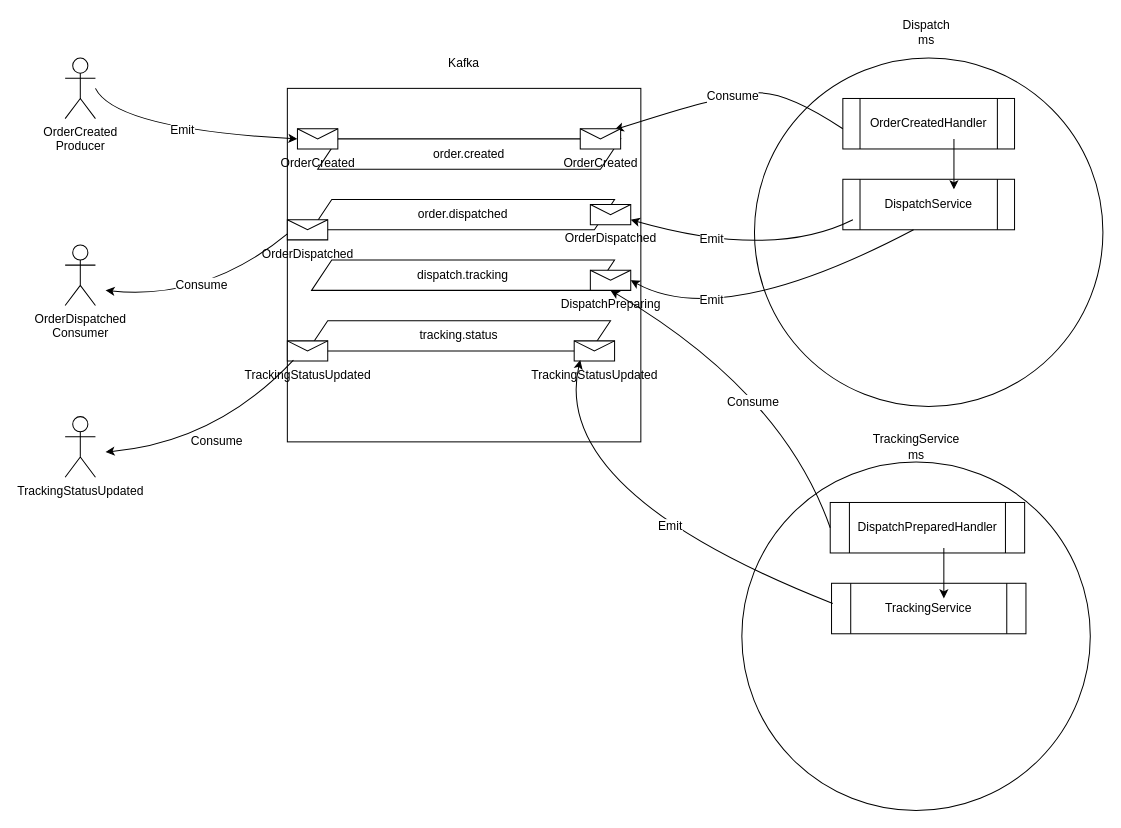
This is Kafka_order.drawio from JensErikPedersen/drawio, a draw.io file, before an edit. Source tidied: cells renumbered, new cells numbered last; positions are measured from the earlier drawing's top-left corner, leaving out a move shared by most shapes. Both pictures are drawn from the tidied source at 101%, with x=0, y=0 at pixel (65, 17).
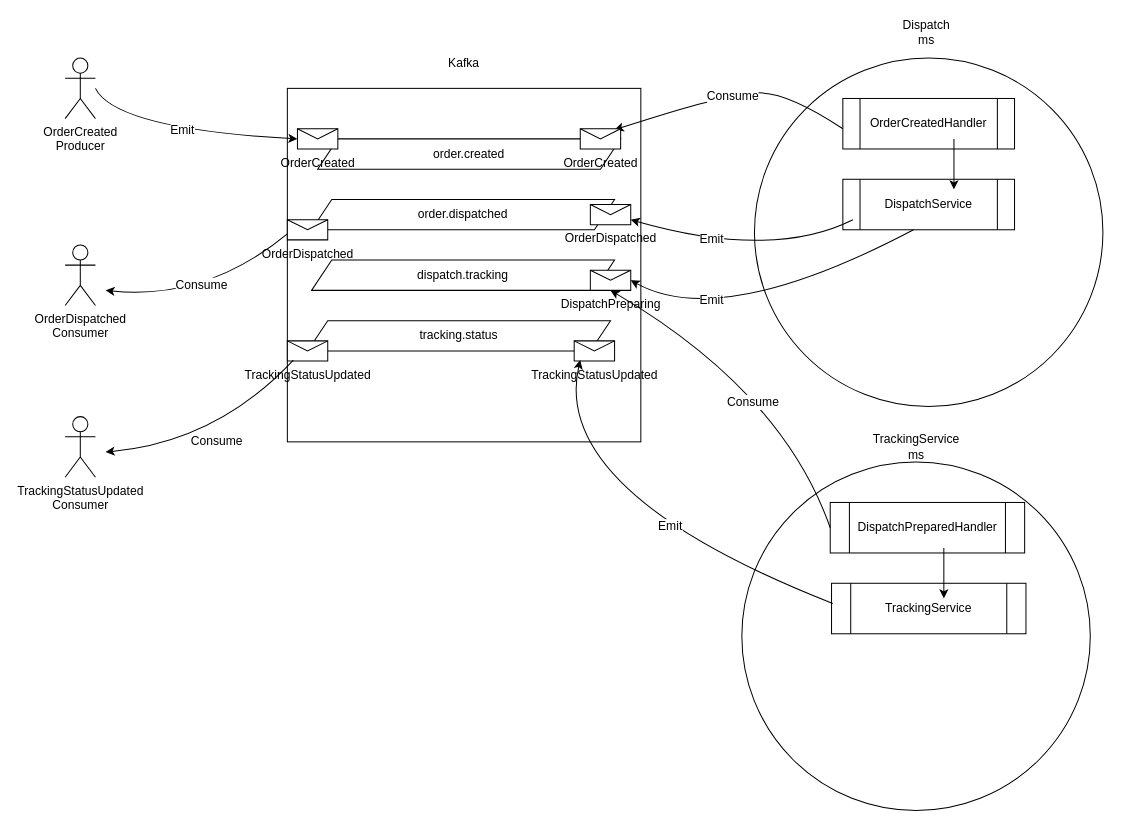
Above is the later version.

Change to the diagram source:
```diff
@@
-    <mxCell id="35" value="TrackingStatusUpdated" style="shape=umlActor;verticalLabelPosition=bottom;verticalAlign=top;html=1;strokeColor=default;align=center;fontFamily=Helvetica;fontSize=12;fontColor=default;fillColor=default;" parent="1" vertex="1">
+    <mxCell id="35" value="TrackingStatusUpdated&lt;br&gt;Consumer" style="shape=umlActor;verticalLabelPosition=bottom;verticalAlign=top;html=1;strokeColor=default;align=center;fontFamily=Helvetica;fontSize=12;fontColor=default;fillColor=default;" parent="1" vertex="1">
       <mxGeometry y="395" width="30" height="60" as="geometry" />
     </mxCell>
```
